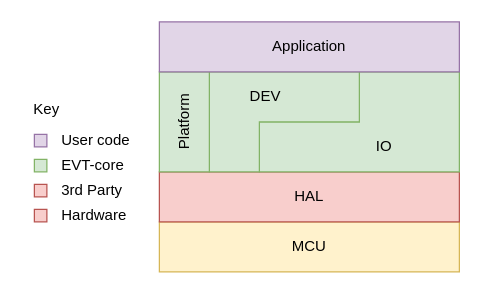
This is docs/source/_static/original/evt_core_layers.drawio from RIT-EVT/EVT-core, a draw.io file, before an edit. Source tidied: cells renumbered, new cells numbered last; positions are measured from the earlier drawing's top-left corner, leaving out a move shared by most shapes. Both pictures are drawn from the tidied source at 125%, with x=0, y=0 at pixel (21, 21).
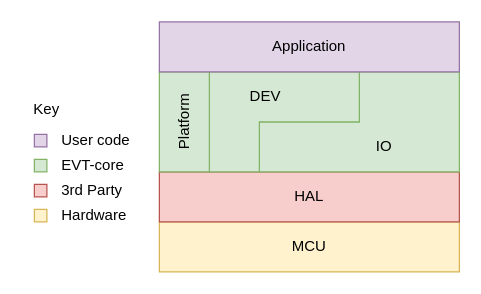
After the change.

Commit message (it also covers changes not shown here):
Add explaination of EVT-core layers

Diff of the diagram source:
```diff
@@
 <mxGraphModel>
   <root>
     <mxCell id="0" />
     <mxCell id="1" parent="0" />
     <mxCell id="2" value="MCU" style="rounded=0;whiteSpace=wrap;html=1;fillColor=#fff2cc;strokeColor=#d6b656;" parent="1" vertex="1">
       <mxGeometry x="110" y="160" width="240" height="40" as="geometry" />
     </mxCell>
     <mxCell id="3" value="HAL" style="rounded=0;whiteSpace=wrap;html=1;fillColor=#f8cecc;strokeColor=#b85450;" parent="1" vertex="1">
       <mxGeometry x="110" y="120" width="240" height="40" as="geometry" />
     </mxCell>
     <mxCell id="4" style="shape=corner;whiteSpace=wrap;html=1;strokeColor=#82b366;rotation=-180;dx=80;dy=40;fillColor=#d5e8d4;" parent="1" vertex="1">
       <mxGeometry x="190" y="40" width="160" height="80" as="geometry" />
     </mxCell>
     <mxCell id="5" style="shape=corner;whiteSpace=wrap;html=1;strokeColor=#82b366;dx=40;dy=40;fillColor=#d5e8d4;" parent="1" vertex="1">
       <mxGeometry x="150" y="40" width="120" height="80" as="geometry" />
     </mxCell>
     <mxCell id="6" value="DEV" style="text;html=1;strokeColor=none;fillColor=none;align=center;verticalAlign=middle;whiteSpace=wrap;rounded=0;" parent="1" vertex="1">
       <mxGeometry x="175" y="50" width="40" height="20" as="geometry" />
     </mxCell>
     <mxCell id="7" value="IO" style="text;html=1;strokeColor=none;fillColor=none;align=center;verticalAlign=middle;whiteSpace=wrap;rounded=0;" parent="1" vertex="1">
       <mxGeometry x="270" y="90" width="40" height="20" as="geometry" />
     </mxCell>
     <mxCell id="8" style="rounded=0;whiteSpace=wrap;html=1;strokeColor=#82b366;fillColor=#d5e8d4;" parent="1" vertex="1">
       <mxGeometry x="110" y="40" width="40" height="80" as="geometry" />
     </mxCell>
     <mxCell id="9" value="Platform" style="text;html=1;strokeColor=none;fillColor=none;align=center;verticalAlign=middle;whiteSpace=wrap;rounded=0;rotation=-90;" parent="1" vertex="1">
       <mxGeometry x="110" y="70" width="40" height="20" as="geometry" />
     </mxCell>
     <mxCell id="10" value="Application" style="rounded=0;whiteSpace=wrap;html=1;strokeColor=#9673a6;fillColor=#e1d5e7;" parent="1" vertex="1">
       <mxGeometry x="110" width="240" height="40" as="geometry" />
     </mxCell>
     <mxCell id="11" value="Key" style="text;html=1;strokeColor=none;fillColor=none;align=center;verticalAlign=middle;whiteSpace=wrap;rounded=0;" parent="1" vertex="1">
       <mxGeometry y="60" width="40" height="20" as="geometry" />
     </mxCell>
     <mxCell id="12" style="rounded=0;whiteSpace=wrap;html=1;strokeColor=#9673a6;fillColor=#e1d5e7;" parent="1" vertex="1">
       <mxGeometry x="10" y="90" width="10" height="10" as="geometry" />
     </mxCell>
     <mxCell id="13" value="User code" style="text;html=1;strokeColor=none;fillColor=none;align=left;verticalAlign=middle;whiteSpace=wrap;rounded=0;" parent="1" vertex="1">
       <mxGeometry x="30" y="85" width="60" height="20" as="geometry" />
     </mxCell>
     <mxCell id="14" style="rounded=0;whiteSpace=wrap;html=1;strokeColor=#82b366;fillColor=#d5e8d4;" parent="1" vertex="1">
       <mxGeometry x="10" y="110" width="10" height="10" as="geometry" />
     </mxCell>
     <mxCell id="15" value="EVT-core" style="text;html=1;strokeColor=none;fillColor=none;align=left;verticalAlign=middle;whiteSpace=wrap;rounded=0;" parent="1" vertex="1">
       <mxGeometry x="30" y="105" width="60" height="20" as="geometry" />
     </mxCell>
     <mxCell id="16" style="rounded=0;whiteSpace=wrap;html=1;strokeColor=#b85450;fillColor=#f8cecc;" parent="1" vertex="1">
       <mxGeometry x="10" y="130" width="10" height="10" as="geometry" />
     </mxCell>
     <mxCell id="17" value="3rd Party" style="text;html=1;strokeColor=none;fillColor=none;align=left;verticalAlign=middle;whiteSpace=wrap;rounded=0;" parent="1" vertex="1">
       <mxGeometry x="30" y="125" width="60" height="20" as="geometry" />
     </mxCell>
-    <mxCell id="18" style="rounded=0;whiteSpace=wrap;html=1;strokeColor=#b85450;fillColor=#f8cecc;" parent="1" vertex="1">
+    <mxCell id="18" style="rounded=0;whiteSpace=wrap;html=1;strokeColor=#d6b656;fillColor=#fff2cc;" parent="1" vertex="1">
       <mxGeometry x="10" y="150" width="10" height="10" as="geometry" />
     </mxCell>
     <mxCell id="19" value="Hardware" style="text;html=1;strokeColor=none;fillColor=none;align=left;verticalAlign=middle;whiteSpace=wrap;rounded=0;" parent="1" vertex="1">
       <mxGeometry x="30" y="145" width="60" height="20" as="geometry" />
     </mxCell>
   </root>
 </mxGraphModel>
```
